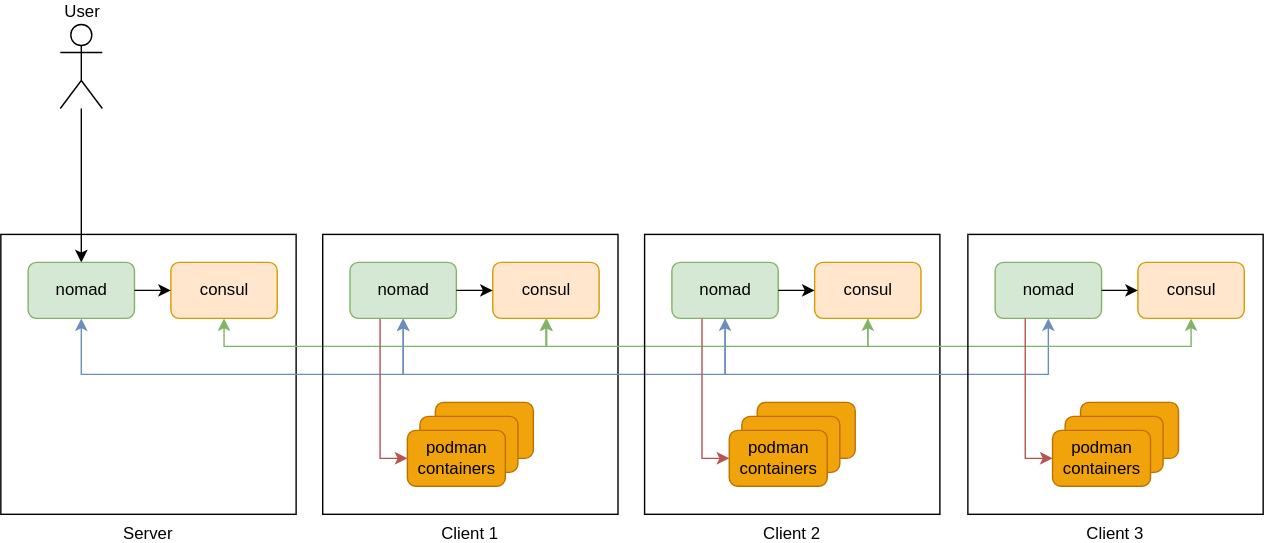
Before: images/architecture.svg, a diagram exported from draw.io (tropicalwave/nomad-podman). Source tidied: cells renumbered, new cells last; positions are measured from the earlier drawing's top-left corner, leaving out a move shared by most shapes. The source it was exported from:
```xml
<mxGraphModel>
  <root>
    <mxCell id="0" />
    <mxCell id="1" parent="0" />
    <mxCell id="2" style="edgeStyle=orthogonalEdgeStyle;rounded=0;jettySize=auto;html=1;entryX=0.5;entryY=0;entryDx=0;entryDy=0;" parent="1" edge="1" source="3" target="6">
      <mxGeometry relative="1" as="geometry" />
    </mxCell>
    <mxCell id="3" value="&lt;div&gt;User&lt;/div&gt;" style="shape=umlActor;verticalLabelPosition=top;verticalAlign=bottom;html=1;outlineConnect=0;labelPosition=center;align=center;" parent="1" vertex="1">
      <mxGeometry x="42.5" width="30" height="60" as="geometry" />
    </mxCell>
    <mxCell id="4" value="Server" style="rounded=0;whiteSpace=wrap;html=1;fillColor=none;labelPosition=center;verticalLabelPosition=bottom;align=center;verticalAlign=top;" parent="1" vertex="1">
      <mxGeometry y="150" width="211" height="200" as="geometry" />
    </mxCell>
    <mxCell id="5" style="edgeStyle=orthogonalEdgeStyle;rounded=0;jettySize=auto;html=1;entryX=0.5;entryY=1;entryDx=0;entryDy=0;startArrow=classic;startFill=1;fillColor=#dae8fc;strokeColor=#6c8ebf;" parent="1" edge="1" source="6" target="13">
      <mxGeometry relative="1" as="geometry">
        <Array as="points">
          <mxPoint x="58" y="250" />
          <mxPoint x="288" y="250" />
        </Array>
      </mxGeometry>
    </mxCell>
    <mxCell id="6" value="nomad" style="rounded=1;whiteSpace=wrap;html=1;labelBackgroundColor=none;fillColor=#d5e8d4;strokeColor=#82b366;gradientColor=none;" parent="1" vertex="1">
      <mxGeometry x="19.5" y="170" width="76" height="40" as="geometry" />
    </mxCell>
    <mxCell id="7" style="edgeStyle=orthogonalEdgeStyle;rounded=0;jettySize=auto;html=1;startArrow=classic;startFill=1;fillColor=#d5e8d4;strokeColor=#82b366;" parent="1" edge="1" source="8" target="15">
      <mxGeometry relative="1" as="geometry">
        <Array as="points">
          <mxPoint x="160" y="230" />
          <mxPoint x="390" y="230" />
        </Array>
      </mxGeometry>
    </mxCell>
    <mxCell id="8" value="consul" style="rounded=1;whiteSpace=wrap;html=1;fillColor=#ffe6cc;strokeColor=#d79b00;" parent="1" vertex="1">
      <mxGeometry x="121.5" y="170" width="76" height="40" as="geometry" />
    </mxCell>
    <mxCell id="9" style="edgeStyle=orthogonalEdgeStyle;rounded=0;jettySize=auto;html=1;" parent="1" edge="1" source="6" target="8">
      <mxGeometry relative="1" as="geometry" />
    </mxCell>
    <mxCell id="10" value="Client 1" style="rounded=0;whiteSpace=wrap;html=1;fillColor=none;labelPosition=center;verticalLabelPosition=bottom;align=center;verticalAlign=top;" parent="1" vertex="1">
      <mxGeometry x="230" y="150" width="211" height="200" as="geometry" />
    </mxCell>
    <mxCell id="11" style="edgeStyle=orthogonalEdgeStyle;rounded=0;jettySize=auto;html=1;entryX=0.5;entryY=1;entryDx=0;entryDy=0;startArrow=classic;startFill=1;fillColor=#dae8fc;strokeColor=#6c8ebf;" parent="1" edge="1" source="13" target="22">
      <mxGeometry relative="1" as="geometry">
        <Array as="points">
          <mxPoint x="288" y="250" />
          <mxPoint x="518" y="250" />
        </Array>
      </mxGeometry>
    </mxCell>
    <mxCell id="12" style="edgeStyle=orthogonalEdgeStyle;rounded=0;jettySize=auto;html=1;entryX=0;entryY=0.5;entryDx=0;entryDy=0;startArrow=none;startFill=0;fillColor=#f8cecc;strokeColor=#b85450;" parent="1" edge="1" source="13" target="19">
      <mxGeometry relative="1" as="geometry">
        <Array as="points">
          <mxPoint x="271" y="310" />
        </Array>
      </mxGeometry>
    </mxCell>
    <mxCell id="13" value="nomad" style="rounded=1;whiteSpace=wrap;html=1;labelBackgroundColor=none;fillColor=#d5e8d4;strokeColor=#82b366;gradientColor=none;" parent="1" vertex="1">
      <mxGeometry x="249.5" y="170" width="76" height="40" as="geometry" />
    </mxCell>
    <mxCell id="14" style="edgeStyle=orthogonalEdgeStyle;rounded=0;jettySize=auto;html=1;entryX=0.5;entryY=1;entryDx=0;entryDy=0;startArrow=classic;startFill=1;fillColor=#d5e8d4;strokeColor=#82b366;" parent="1" edge="1" source="15" target="24">
      <mxGeometry relative="1" as="geometry">
        <Array as="points">
          <mxPoint x="390" y="230" />
          <mxPoint x="620" y="230" />
        </Array>
      </mxGeometry>
    </mxCell>
    <mxCell id="15" value="consul" style="rounded=1;whiteSpace=wrap;html=1;fillColor=#ffe6cc;strokeColor=#d79b00;" parent="1" vertex="1">
      <mxGeometry x="351.5" y="170" width="76" height="40" as="geometry" />
    </mxCell>
    <mxCell id="16" style="edgeStyle=orthogonalEdgeStyle;rounded=0;jettySize=auto;html=1;" parent="1" edge="1" source="13" target="15">
      <mxGeometry relative="1" as="geometry" />
    </mxCell>
    <mxCell id="17" style="rounded=1;whiteSpace=wrap;html=1;labelBackgroundColor=none;fillColor=#f0a30a;strokeColor=#BD7000;fontColor=#000000;" parent="1" vertex="1">
      <mxGeometry x="310.5" y="270" width="70" height="40" as="geometry" />
    </mxCell>
    <mxCell id="18" style="rounded=1;whiteSpace=wrap;html=1;labelBackgroundColor=none;fillColor=#f0a30a;strokeColor=#BD7000;fontColor=#000000;" parent="1" vertex="1">
      <mxGeometry x="299.5" y="280" width="70" height="40" as="geometry" />
    </mxCell>
    <mxCell id="19" value="&lt;div&gt;podman&lt;/div&gt;&lt;div&gt;containers&lt;br&gt;&lt;/div&gt;" style="rounded=1;whiteSpace=wrap;html=1;labelBackgroundColor=none;fillColor=#f0a30a;strokeColor=#BD7000;fontColor=#000000;" parent="1" vertex="1">
      <mxGeometry x="290.5" y="290" width="70" height="40" as="geometry" />
    </mxCell>
    <mxCell id="20" value="Client 2" style="rounded=0;whiteSpace=wrap;html=1;fillColor=none;labelPosition=center;verticalLabelPosition=bottom;align=center;verticalAlign=top;" parent="1" vertex="1">
      <mxGeometry x="460" y="150" width="211" height="200" as="geometry" />
    </mxCell>
    <mxCell id="21" style="edgeStyle=orthogonalEdgeStyle;rounded=0;jettySize=auto;html=1;entryX=0.5;entryY=1;entryDx=0;entryDy=0;fillColor=#dae8fc;strokeColor=#6c8ebf;" parent="1" edge="1" source="22" target="31">
      <mxGeometry relative="1" as="geometry">
        <Array as="points">
          <mxPoint x="518" y="250" />
          <mxPoint x="749" y="250" />
        </Array>
      </mxGeometry>
    </mxCell>
    <mxCell id="22" value="nomad" style="rounded=1;whiteSpace=wrap;html=1;labelBackgroundColor=none;fillColor=#d5e8d4;strokeColor=#82b366;gradientColor=none;" parent="1" vertex="1">
      <mxGeometry x="479.5" y="170" width="76" height="40" as="geometry" />
    </mxCell>
    <mxCell id="23" style="edgeStyle=orthogonalEdgeStyle;rounded=0;jettySize=auto;html=1;entryX=0.5;entryY=1;entryDx=0;entryDy=0;fillColor=#d5e8d4;strokeColor=#82b366;" parent="1" edge="1" source="24" target="32">
      <mxGeometry relative="1" as="geometry">
        <Array as="points">
          <mxPoint x="620" y="230" />
          <mxPoint x="851" y="230" />
        </Array>
      </mxGeometry>
    </mxCell>
    <mxCell id="24" value="consul" style="rounded=1;whiteSpace=wrap;html=1;fillColor=#ffe6cc;strokeColor=#d79b00;" parent="1" vertex="1">
      <mxGeometry x="581.5" y="170" width="76" height="40" as="geometry" />
    </mxCell>
    <mxCell id="25" style="edgeStyle=orthogonalEdgeStyle;rounded=0;jettySize=auto;html=1;" parent="1" edge="1" source="22" target="24">
      <mxGeometry relative="1" as="geometry" />
    </mxCell>
    <mxCell id="26" style="rounded=1;whiteSpace=wrap;html=1;labelBackgroundColor=none;fillColor=#f0a30a;strokeColor=#BD7000;fontColor=#000000;" parent="1" vertex="1">
      <mxGeometry x="540.5" y="270" width="70" height="40" as="geometry" />
    </mxCell>
    <mxCell id="27" style="rounded=1;whiteSpace=wrap;html=1;labelBackgroundColor=none;fillColor=#f0a30a;strokeColor=#BD7000;fontColor=#000000;" parent="1" vertex="1">
      <mxGeometry x="529.5" y="280" width="70" height="40" as="geometry" />
    </mxCell>
    <mxCell id="28" value="&lt;div&gt;podman&lt;/div&gt;&lt;div&gt;containers&lt;br&gt;&lt;/div&gt;" style="rounded=1;whiteSpace=wrap;html=1;labelBackgroundColor=none;fillColor=#f0a30a;strokeColor=#BD7000;fontColor=#000000;" parent="1" vertex="1">
      <mxGeometry x="520.5" y="290" width="70" height="40" as="geometry" />
    </mxCell>
    <mxCell id="29" style="edgeStyle=orthogonalEdgeStyle;rounded=0;orthogonalLoop=1;jettySize=auto;html=1;entryX=0;entryY=0.5;entryDx=0;entryDy=0;startArrow=none;startFill=0;fillColor=#f8cecc;strokeColor=#b85450;" parent="1" edge="1">
      <mxGeometry relative="1" as="geometry">
        <mxPoint x="501" y="210" as="sourcePoint" />
        <mxPoint x="520.5" y="310" as="targetPoint" />
        <Array as="points">
          <mxPoint x="501" y="310" />
        </Array>
      </mxGeometry>
    </mxCell>
    <mxCell id="30" value="Client 3" style="rounded=0;whiteSpace=wrap;html=1;fillColor=none;labelPosition=center;verticalLabelPosition=bottom;align=center;verticalAlign=top;" parent="1" vertex="1">
      <mxGeometry x="691" y="150" width="211" height="200" as="geometry" />
    </mxCell>
    <mxCell id="31" value="nomad" style="rounded=1;whiteSpace=wrap;html=1;labelBackgroundColor=none;fillColor=#d5e8d4;strokeColor=#82b366;gradientColor=none;" parent="1" vertex="1">
      <mxGeometry x="710.5" y="170" width="76" height="40" as="geometry" />
    </mxCell>
    <mxCell id="32" value="consul" style="rounded=1;whiteSpace=wrap;html=1;fillColor=#ffe6cc;strokeColor=#d79b00;" parent="1" vertex="1">
      <mxGeometry x="812.5" y="170" width="76" height="40" as="geometry" />
    </mxCell>
    <mxCell id="33" style="edgeStyle=orthogonalEdgeStyle;rounded=0;jettySize=auto;html=1;" parent="1" edge="1" source="31" target="32">
      <mxGeometry relative="1" as="geometry" />
    </mxCell>
    <mxCell id="34" style="rounded=1;whiteSpace=wrap;html=1;labelBackgroundColor=none;fillColor=#f0a30a;strokeColor=#BD7000;fontColor=#000000;" parent="1" vertex="1">
      <mxGeometry x="771.5" y="270" width="70" height="40" as="geometry" />
    </mxCell>
    <mxCell id="35" style="rounded=1;whiteSpace=wrap;html=1;labelBackgroundColor=none;fillColor=#f0a30a;strokeColor=#BD7000;fontColor=#000000;" parent="1" vertex="1">
      <mxGeometry x="760.5" y="280" width="70" height="40" as="geometry" />
    </mxCell>
    <mxCell id="36" value="&lt;div&gt;podman&lt;/div&gt;&lt;div&gt;containers&lt;br&gt;&lt;/div&gt;" style="rounded=1;whiteSpace=wrap;html=1;labelBackgroundColor=none;fillColor=#f0a30a;strokeColor=#BD7000;fontColor=#000000;" parent="1" vertex="1">
      <mxGeometry x="751.5" y="290" width="70" height="40" as="geometry" />
    </mxCell>
    <mxCell id="37" style="edgeStyle=orthogonalEdgeStyle;rounded=0;orthogonalLoop=1;jettySize=auto;html=1;entryX=0;entryY=0.5;entryDx=0;entryDy=0;startArrow=none;startFill=0;fillColor=#f8cecc;strokeColor=#b85450;" parent="1" edge="1">
      <mxGeometry relative="1" as="geometry">
        <mxPoint x="732" y="210" as="sourcePoint" />
        <mxPoint x="751.5" y="310" as="targetPoint" />
        <Array as="points">
          <mxPoint x="732" y="310" />
        </Array>
      </mxGeometry>
    </mxCell>
  </root>
</mxGraphModel>
```
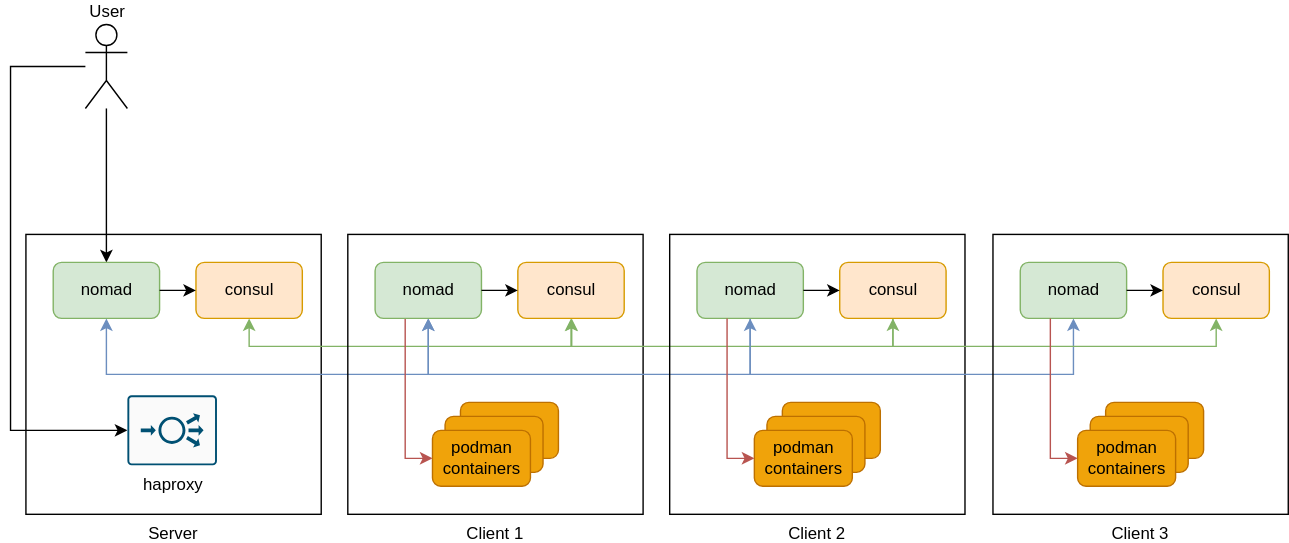
After the commit.

Commit message:
update architecture description

What changed in the source:
```diff
@@ -5,6 +5,14 @@
     <mxCell id="2" style="edgeStyle=orthogonalEdgeStyle;rounded=0;jettySize=auto;html=1;entryX=0.5;entryY=0;entryDx=0;entryDy=0;" parent="1" edge="1" source="3" target="6">
       <mxGeometry relative="1" as="geometry" />
     </mxCell>
+    <mxCell id="38" style="edgeStyle=orthogonalEdgeStyle;rounded=0;jettySize=auto;html=1;entryX=0;entryY=0.5;entryDx=0;entryDy=0;entryPerimeter=0;" parent="1" edge="1" source="3" target="39">
+      <mxGeometry relative="1" as="geometry">
+        <Array as="points">
+          <mxPoint x="-11" y="30" />
+          <mxPoint x="-11" y="290" />
+        </Array>
+      </mxGeometry>
+    </mxCell>
     <mxCell id="3" value="&lt;div&gt;User&lt;/div&gt;" style="shape=umlActor;verticalLabelPosition=top;verticalAlign=bottom;html=1;outlineConnect=0;labelPosition=center;align=center;" parent="1" vertex="1">
       <mxGeometry x="42.5" width="30" height="60" as="geometry" />
     </mxCell>
@@ -156,5 +164,8 @@
         </Array>
       </mxGeometry>
     </mxCell>
+    <mxCell id="39" value="haproxy" style="sketch=0;points=[[0.015,0.015,0],[0.985,0.015,0],[0.985,0.985,0],[0.015,0.985,0],[0.25,0,0],[0.5,0,0],[0.75,0,0],[1,0.25,0],[1,0.5,0],[1,0.75,0],[0.75,1,0],[0.5,1,0],[0.25,1,0],[0,0.75,0],[0,0.5,0],[0,0.25,0]];verticalLabelPosition=bottom;html=1;verticalAlign=top;align=center;shape=mxgraph.cisco19.rect;prIcon=load_balancer;fillColor=#FAFAFA;strokeColor=#005073;" parent="1" vertex="1">
+      <mxGeometry x="72.5" y="265" width="64" height="50" as="geometry" />
+    </mxCell>
   </root>
 </mxGraphModel>
```
